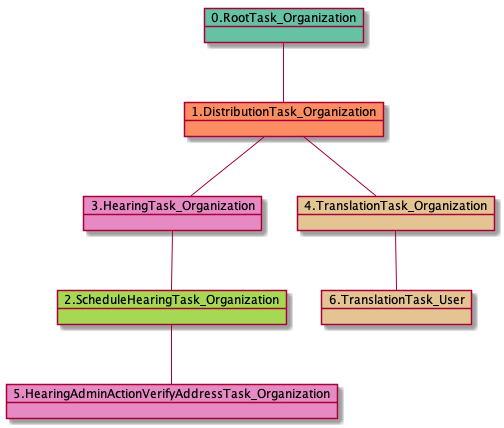
Before: docs-H/uml/RTO.DTO.SHTO.HTO.TTO-24900.png, a diagram exported from PlantUML (yoomlam/graphing).
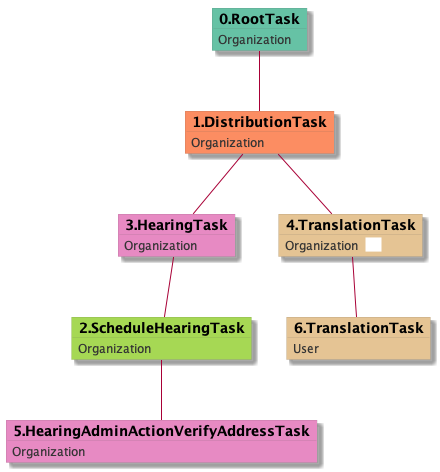
Later version of the same file.

The edit, as a diff of the source:
```diff
@@ -1,15 +1,37 @@
 @startuml
-object 0.RootTask_Organization #66c2a5
-object 1.DistributionTask_Organization #fc8d62
-object 2.ScheduleHearingTask_Organization #a6d854
-object 3.HearingTask_Organization #e78ac3
-object 4.TranslationTask_Organization #e5c494
-object 5.HearingAdminActionVerifyAddressTask_Organization #e78ac3
-object 6.TranslationTask_User #e5c494
-0.RootTask_Organization -- 1.DistributionTask_Organization
-3.HearingTask_Organization -- 2.ScheduleHearingTask_Organization
-1.DistributionTask_Organization -- 3.HearingTask_Organization
-1.DistributionTask_Organization -- 4.TranslationTask_Organization
-2.ScheduleHearingTask_Organization -- 5.HearingAdminActionVerifyAddressTask_Organization
-4.TranslationTask_Organization -- 6.TranslationTask_User
+skinparam {
+  ObjectBorderColor #555
+  ObjectBorderThickness 0
+  ObjectFontStyle bold
+  ObjectFontSize 14
+  ObjectAttributeFontColor #333
+  ObjectAttributeFontSize 12
+}
+  object 0.RootTask #66c2a5 {
+Organization
+}
+  object 1.DistributionTask #fc8d62 {
+Organization
+}
+  object 2.ScheduleHearingTask #a6d854 {
+Organization
+}
+  object 3.HearingTask #e78ac3 {
+Organization
+}
+  object 4.TranslationTask #e5c494 {
+Organization  <back:white>    </back>
+}
+  object 5.HearingAdminActionVerifyAddressTask #e78ac3 {
+Organization
+}
+  object 6.TranslationTask #e5c494 {
+User
+}
+0.RootTask -- 1.DistributionTask
+3.HearingTask -- 2.ScheduleHearingTask
+1.DistributionTask -- 3.HearingTask
+1.DistributionTask -- 4.TranslationTask
+2.ScheduleHearingTask -- 5.HearingAdminActionVerifyAddressTask
+4.TranslationTask -- 6.TranslationTask
 @enduml
```
